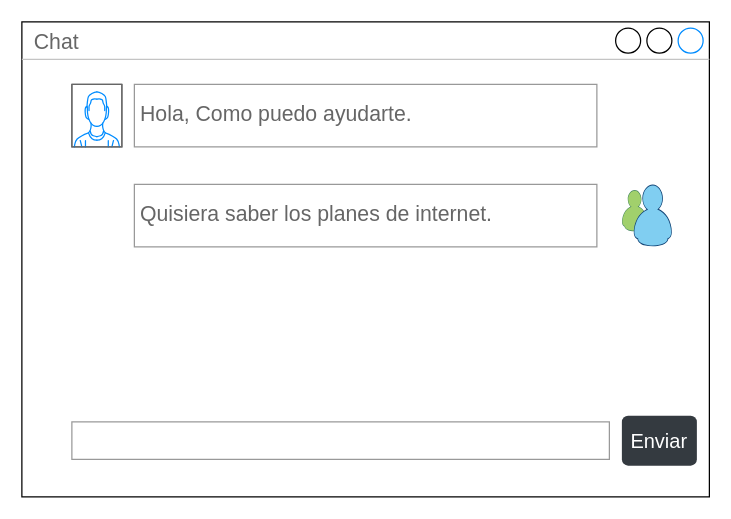
Above: page "Page-1" (1 of 5) of prototipo/prototipo.drawio in jorhak/taller (draw.io), before the change. Source tidied: cells renumbered, new cells numbered last; positions are measured from the earlier drawing's top-left corner, leaving out a move shared by most shapes. Both pictures are drawn from the tidied source at 125%, with x=0, y=0 at pixel (21, 21).
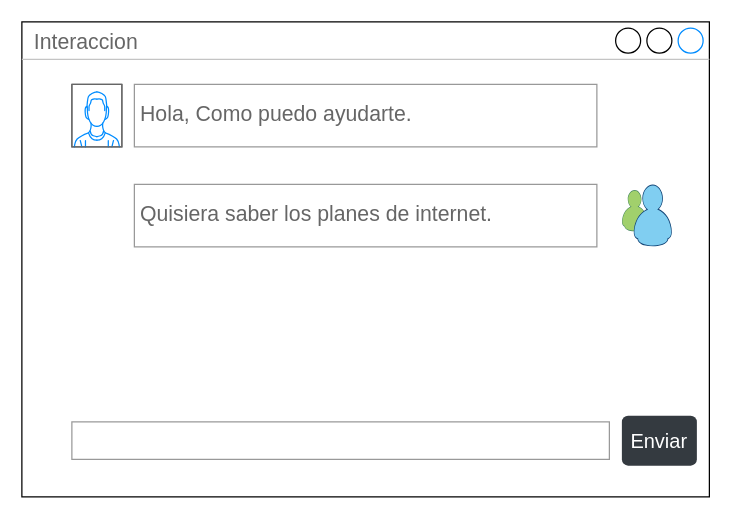
The same page after the edit.

What changed in the source:
```diff
@@
 <mxGraphModel>
   <root>
     <mxCell id="0" />
     <mxCell id="1" parent="0" />
-    <mxCell id="2" value="Chat" style="strokeWidth=1;shadow=0;dashed=0;align=center;html=1;shape=mxgraph.mockup.containers.window;align=left;verticalAlign=top;spacingLeft=8;strokeColor2=#008cff;strokeColor3=#c4c4c4;fontColor=#666666;mainText=;fontSize=17;labelBackgroundColor=none;whiteSpace=wrap;" parent="1" vertex="1">
+    <mxCell id="2" value="Interaccion" style="strokeWidth=1;shadow=0;dashed=0;align=center;html=1;shape=mxgraph.mockup.containers.window;align=left;verticalAlign=top;spacingLeft=8;strokeColor2=#008cff;strokeColor3=#c4c4c4;fontColor=#666666;mainText=;fontSize=17;labelBackgroundColor=none;whiteSpace=wrap;" parent="1" vertex="1">
       <mxGeometry width="550" height="380" as="geometry" />
     </mxCell>
     <mxCell id="3" style="strokeWidth=1;shadow=0;dashed=0;align=center;html=1;shape=mxgraph.mockup.forms.pwField;strokeColor=#999999;mainText=;align=left;fontColor=#666666;fontSize=17;spacingLeft=3;" parent="1" vertex="1">
       <mxGeometry x="40" y="320" width="430" height="30" as="geometry" />
     </mxCell>
     <mxCell id="4" value="Enviar" style="html=1;shadow=0;dashed=0;shape=mxgraph.bootstrap.rrect;rSize=5;strokeColor=none;strokeWidth=1;fillColor=#343A40;fontColor=#ffffff;whiteSpace=wrap;align=center;verticalAlign=middle;spacingLeft=0;fontStyle=0;fontSize=16;spacing=5;" parent="1" vertex="1">
       <mxGeometry x="480" y="315" width="60" height="40" as="geometry" />
     </mxCell>
     <mxCell id="5" style="verticalLabelPosition=bottom;shadow=0;dashed=0;align=center;html=1;verticalAlign=top;strokeWidth=1;shape=mxgraph.mockup.containers.userMale;strokeColor=#666666;strokeColor2=#008cff;" parent="1" vertex="1">
       <mxGeometry x="40" y="50" width="40" height="50" as="geometry" />
     </mxCell>
     <mxCell id="6" value="Hola, Como puedo ayudarte." style="strokeWidth=1;shadow=0;dashed=0;align=center;html=1;shape=mxgraph.mockup.forms.pwField;strokeColor=#999999;mainText=;align=left;fontColor=#666666;fontSize=17;spacingLeft=3;" parent="1" vertex="1">
       <mxGeometry x="90" y="50" width="370" height="50" as="geometry" />
     </mxCell>
     <mxCell id="7" style="dashed=0;html=1;align=center;labelPosition=center;verticalLabelPosition=bottom;verticalAlign=top;shape=mxgraph.weblogos.messenger;" parent="1" vertex="1">
       <mxGeometry x="480" y="130" width="40" height="50" as="geometry" />
     </mxCell>
     <mxCell id="8" value="Quisiera saber los planes de internet." style="strokeWidth=1;shadow=0;dashed=0;align=center;html=1;shape=mxgraph.mockup.forms.pwField;strokeColor=#999999;mainText=;align=left;fontColor=#666666;fontSize=17;spacingLeft=3;" parent="1" vertex="1">
       <mxGeometry x="90" y="130" width="370" height="50" as="geometry" />
     </mxCell>
   </root>
 </mxGraphModel>
```
